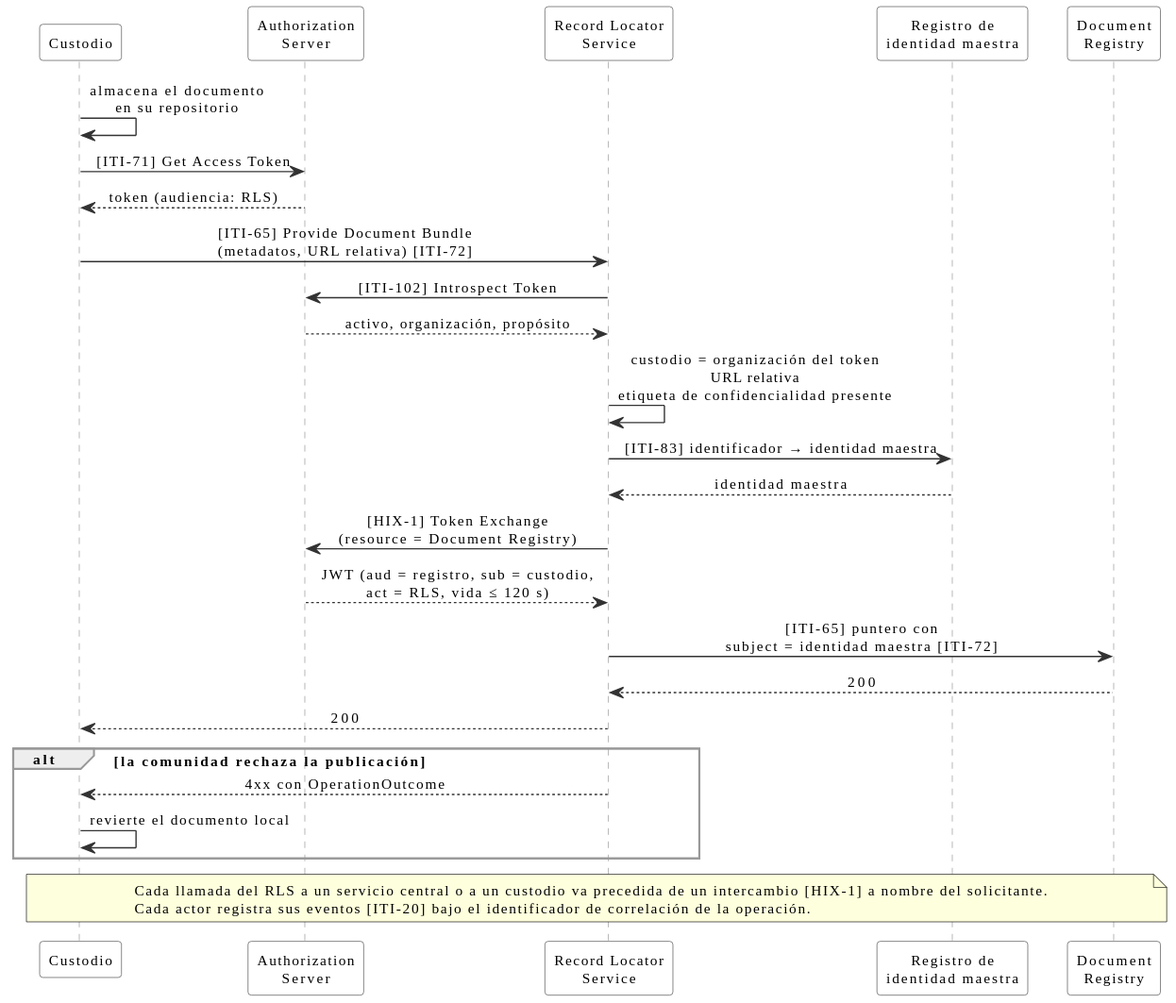
Above: input/images/hix-flujo-publicacion.svg in meddyg/HIX (PlantUML), before the change.
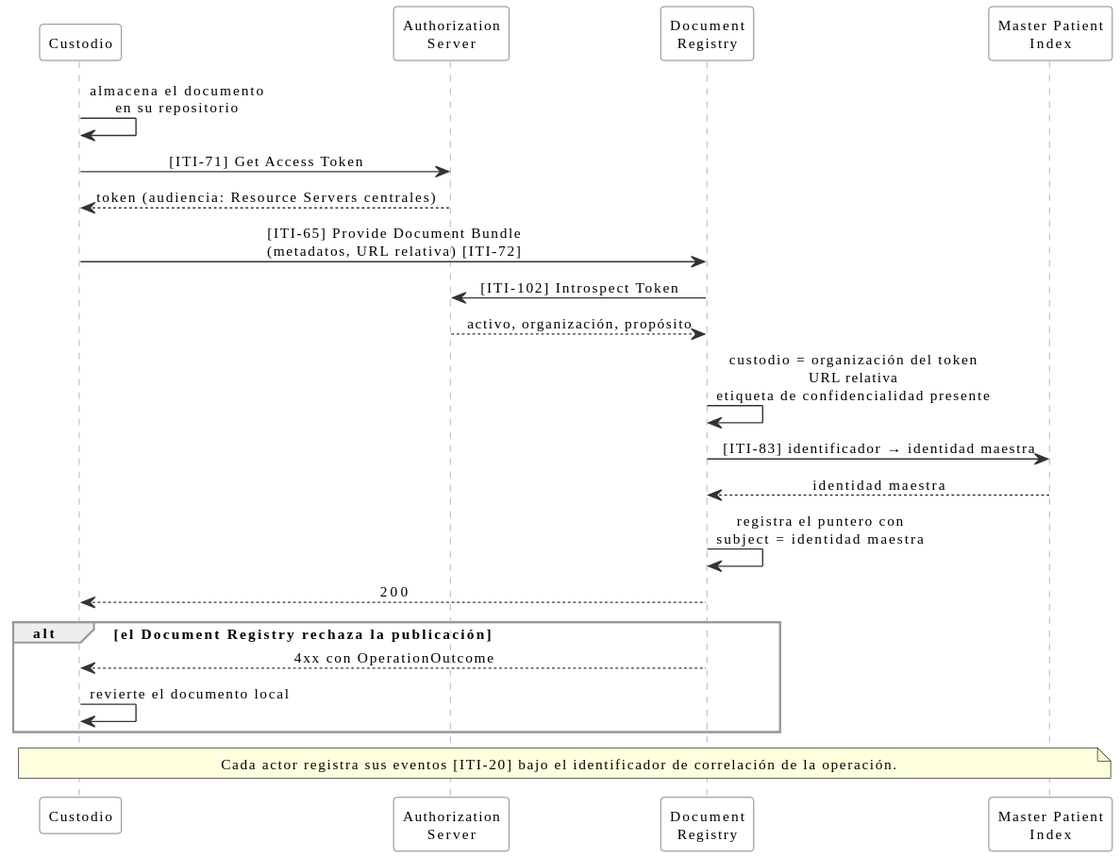
Later version of the same file.

Diff of the diagram source:
```diff
@@ -14,27 +14,23 @@
 
 participant "Custodio" as K
 participant "Authorization\nServer" as AS
-participant "Record Locator\nService" as RLS
-participant "Registro de\nidentidad maestra" as PMIR
 participant "Document\nRegistry" as REG
+participant "Master Patient\nIndex" as MPI
 
 K -> K : almacena el documento\nen su repositorio
 K -> AS : [ITI-71] Get Access Token
-AS --> K : token (audiencia: RLS)
-K -> RLS : [ITI-65] Provide Document Bundle\n(metadatos, URL relativa) [ITI-72]
-RLS -> AS : [ITI-102] Introspect Token
-AS --> RLS : activo, organización, propósito
-RLS -> RLS : custodio = organización del token\nURL relativa\netiqueta de confidencialidad presente
-RLS -> PMIR : [ITI-83] identificador → identidad maestra
-PMIR --> RLS : identidad maestra
-RLS -> AS : [HIX-1] Token Exchange\n(resource = Document Registry)
-AS --> RLS : JWT (aud = registro, sub = custodio,\nact = RLS, vida ≤ 120 s)
-RLS -> REG : [ITI-65] puntero con\nsubject = identidad maestra [ITI-72]
-REG --> RLS : 200
-RLS --> K : 200
-alt la comunidad rechaza la publicación
-  RLS --> K : 4xx con OperationOutcome
+AS --> K : token (audiencia: Resource Servers centrales)
+K -> REG : [ITI-65] Provide Document Bundle\n(metadatos, URL relativa) [ITI-72]
+REG -> AS : [ITI-102] Introspect Token
+AS --> REG : activo, organización, propósito
+REG -> REG : custodio = organización del token\nURL relativa\netiqueta de confidencialidad presente
+REG -> MPI : [ITI-83] identificador → identidad maestra
+MPI --> REG : identidad maestra
+REG -> REG : registra el puntero con\nsubject = identidad maestra
+REG --> K : 200
+alt el Document Registry rechaza la publicación
+  REG --> K : 4xx con OperationOutcome
   K -> K : revierte el documento local
 end
-note over K, REG : Cada llamada del RLS a un servicio central o a un custodio va precedida de un intercambio [HIX-1] a nombre del solicitante.\nCada actor registra sus eventos [ITI-20] bajo el identificador de correlación de la operación.
+note over K, MPI : Cada actor registra sus eventos [ITI-20] bajo el identificador de correlación de la operación.
 @enduml
```
